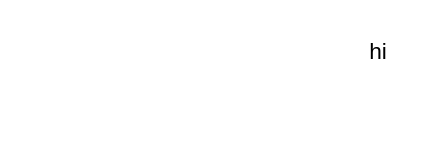
Before: Untitled Diagram.drawio in zunik/zunik_home, a draw.io diagram. Source tidied: cells renumbered, new cells numbered last; positions are measured from the earlier drawing's top-left corner, leaving out a move shared by most shapes. Both pictures are drawn from the tidied source at 189%, with x=0, y=0 at pixel (340, 32).
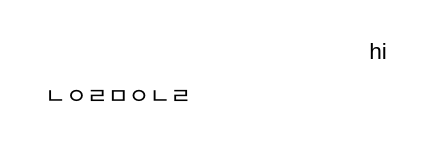
The same diagram, later.

Diff of the diagram source:
```diff
@@
 <mxGraphModel>
   <root>
     <mxCell id="0" />
     <mxCell id="1" parent="0" />
     <mxCell id="2" value="hi" style="text;html=1;strokeColor=none;fillColor=none;align=center;verticalAlign=middle;whiteSpace=wrap;rounded=0;" parent="1" vertex="1">
       <mxGeometry width="40" height="20" as="geometry" />
     </mxCell>
+    <mxCell id="3" value="ㄴㅇㄹㅁㅇㄴㄹ" style="text;html=1;align=center;verticalAlign=middle;" parent="1" vertex="1">
+      <mxGeometry x="-163" y="24" width="90" height="20" as="geometry" />
+    </mxCell>
   </root>
 </mxGraphModel>
```
